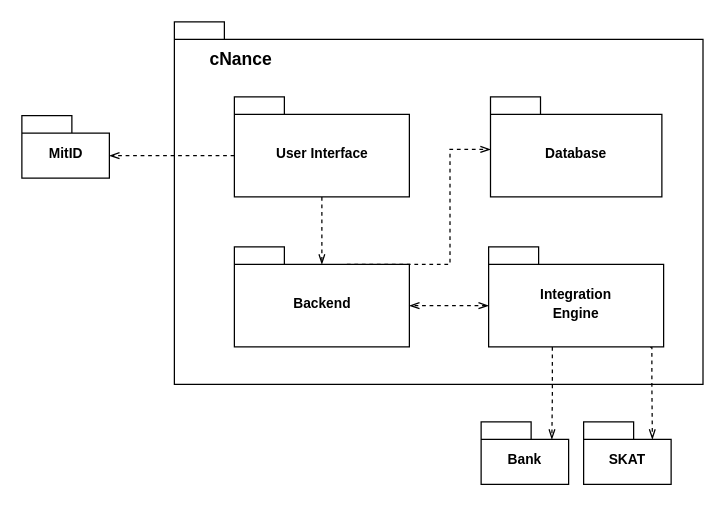
Above: template/ModuleView.drawio in gianmarcomurru/Software_Architecture_1 (draw.io), before the change. Source tidied: cells renumbered, new cells numbered last; positions are measured from the earlier drawing's top-left corner, leaving out a move shared by most shapes. Both pictures are drawn from the tidied source at 125%, with x=0, y=0 at pixel (21, 21).
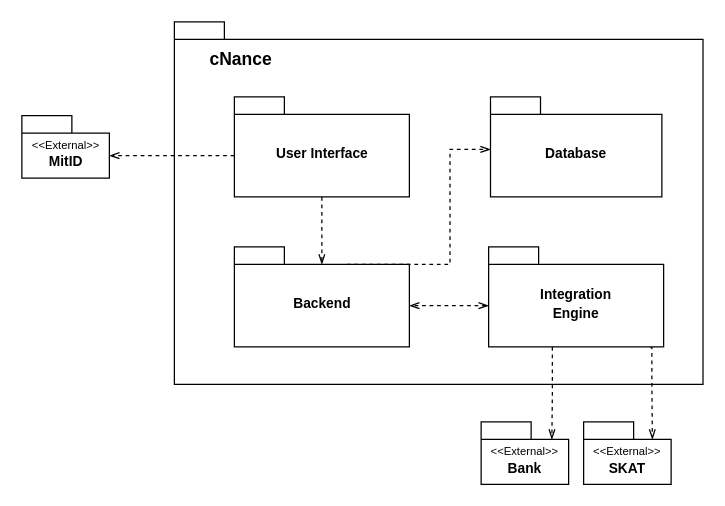
The same page after the edit.

Change to the diagram source:
```diff
@@
-    <mxCell id="14" value="MitID" style="shape=folder;fontStyle=1;spacingTop=10;tabWidth=40;tabHeight=14;tabPosition=left;html=1;fontSize=11;" parent="1" vertex="1">
+    <mxCell id="14" value="&lt;span style=&quot;font-weight: 400&quot;&gt;&lt;font style=&quot;font-size: 9px&quot;&gt;&amp;lt;&amp;lt;External&amp;gt;&amp;gt;&lt;/font&gt;&lt;/span&gt;&lt;br&gt;MitID" style="shape=folder;fontStyle=1;spacingTop=10;tabWidth=40;tabHeight=14;tabPosition=left;html=1;fontSize=11;" parent="1" vertex="1">
       <mxGeometry y="75" width="70" height="50" as="geometry" />
     </mxCell>
-    <mxCell id="15" value="Bank" style="shape=folder;fontStyle=1;spacingTop=10;tabWidth=40;tabHeight=14;tabPosition=left;html=1;fontSize=11;" parent="1" vertex="1">
+    <mxCell id="15" value="&lt;span style=&quot;font-size: 9px ; font-weight: 400&quot;&gt;&amp;lt;&amp;lt;External&amp;gt;&amp;gt;&lt;/span&gt;&lt;br&gt;Bank" style="shape=folder;fontStyle=1;spacingTop=10;tabWidth=40;tabHeight=14;tabPosition=left;html=1;fontSize=11;" parent="1" vertex="1">
       <mxGeometry x="367.4" y="320" width="70" height="50" as="geometry" />
     </mxCell>
-    <mxCell id="16" value="SKAT" style="shape=folder;fontStyle=1;spacingTop=10;tabWidth=40;tabHeight=14;tabPosition=left;html=1;fontSize=11;" parent="1" vertex="1">
+    <mxCell id="16" value="&lt;span style=&quot;font-size: 9px ; font-weight: 400&quot;&gt;&amp;lt;&amp;lt;External&amp;gt;&amp;gt;&lt;/span&gt;&lt;br&gt;SKAT" style="shape=folder;fontStyle=1;spacingTop=10;tabWidth=40;tabHeight=14;tabPosition=left;html=1;fontSize=11;" parent="1" vertex="1">
       <mxGeometry x="449.4" y="320" width="70" height="50" as="geometry" />
     </mxCell>
```
